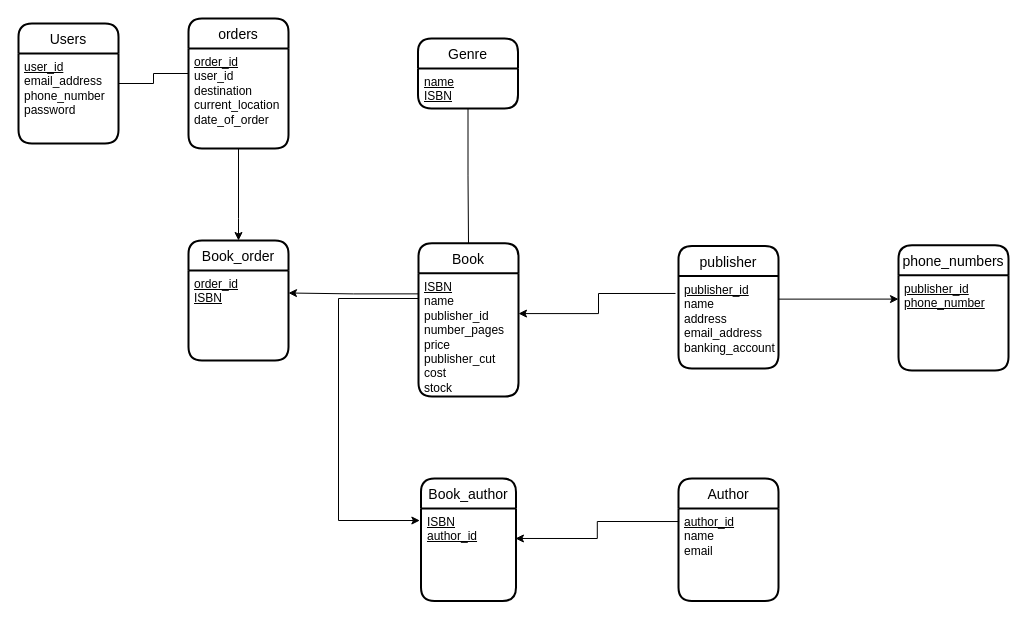
Earlier version of the draw.io diagram Diagrams/LookInnaBookDiagram.drawio (ianyau28/3005Lib). Source tidied: cells renumbered, new cells numbered last; positions are measured from the earlier drawing's top-left corner, leaving out a move shared by most shapes. Both pictures are drawn from the tidied source at 100%, with x=0, y=0 at pixel (18, 18).
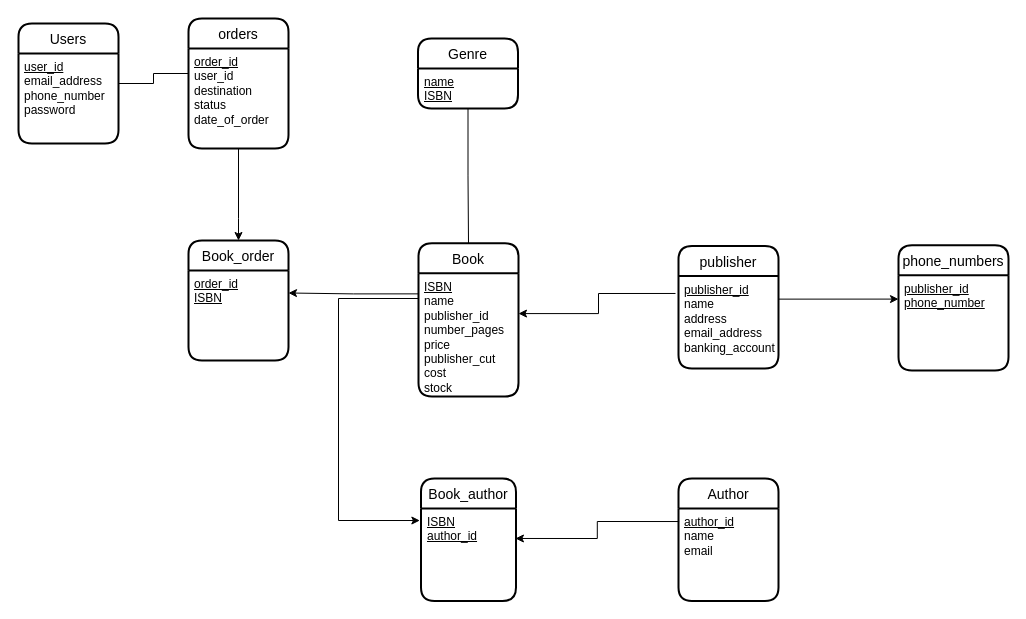
The same diagram, later.

The change refers to these unchanged cells:
```xml
<mxCell id="2" value="orders" style="swimlane;horizontal=1;startSize=30;rounded=1;fontSize=14;fontStyle=0;strokeWidth=2;shadow=0;dashed=0;align=center;" parent="1" vertex="1">
  <mxGeometry x="170" width="100" height="130" as="geometry" />
</mxCell>
```

The edit, as a diff of the source:
```diff
@@
-    <mxCell id="3" value="&lt;u&gt;order_id&lt;/u&gt;&lt;br&gt;user_id&lt;br&gt;destination&lt;br&gt;current_location&lt;br&gt;date_of_order" style="align=left;strokeColor=none;fillColor=none;spacingLeft=4;fontSize=12;verticalAlign=top;fontStyle=0;html=1;" parent="2" vertex="1">
+    <mxCell id="3" value="&lt;u&gt;order_id&lt;/u&gt;&lt;br&gt;user_id&lt;br&gt;destination&lt;br&gt;status&lt;br&gt;date_of_order" style="align=left;strokeColor=none;fillColor=none;spacingLeft=4;fontSize=12;verticalAlign=top;fontStyle=0;html=1;" parent="2" vertex="1">
       <mxGeometry y="30" width="100" height="100" as="geometry" />
     </mxCell>
```
